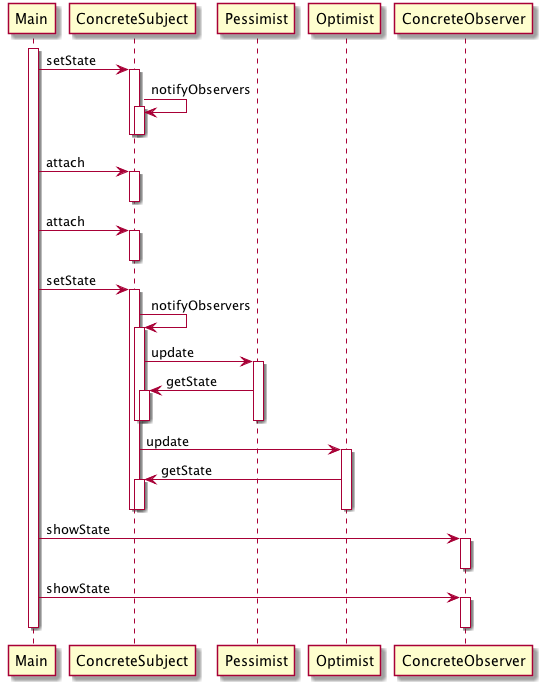
kanghuawu/JavaUML_Parser keeps this PlantUML diagram as java-uml-parser/src/main/resources/uml-sequence-test.png. Above is the earlier version. The source it was exported from:
```plantuml
@startuml
participant Main
activate Main
Main -> ConcreteSubject : setState
activate ConcreteSubject
ConcreteSubject -> ConcreteSubject : notifyObservers
activate ConcreteSubject
deactivate ConcreteSubject
deactivate ConcreteSubject
deactivate ConcreteSubject
deactivate ConcreteSubject
Main -> ConcreteSubject : attach
activate ConcreteSubject
deactivate ConcreteSubject
deactivate ConcreteSubject
Main -> ConcreteSubject : attach
activate ConcreteSubject
deactivate ConcreteSubject
deactivate ConcreteSubject
Main -> ConcreteSubject : setState
activate ConcreteSubject
ConcreteSubject -> ConcreteSubject : notifyObservers
activate ConcreteSubject
ConcreteSubject -> Pessimist : update
activate Pessimist
Pessimist -> ConcreteSubject : getState
activate ConcreteSubject
deactivate ConcreteSubject
deactivate ConcreteSubject
deactivate Pessimist
deactivate Pessimist
ConcreteSubject -> Optimist : update
activate Optimist
Optimist -> ConcreteSubject : getState
activate ConcreteSubject
deactivate ConcreteSubject
deactivate ConcreteSubject
deactivate Optimist
deactivate Optimist
deactivate ConcreteSubject
deactivate ConcreteSubject
deactivate ConcreteSubject
deactivate ConcreteSubject
Main -> ConcreteObserver : showState
activate ConcreteObserver
deactivate ConcreteObserver
deactivate ConcreteObserver
Main -> ConcreteObserver : showState
activate ConcreteObserver
deactivate ConcreteObserver
deactivate ConcreteObserver
deactivate Main
@enduml
```
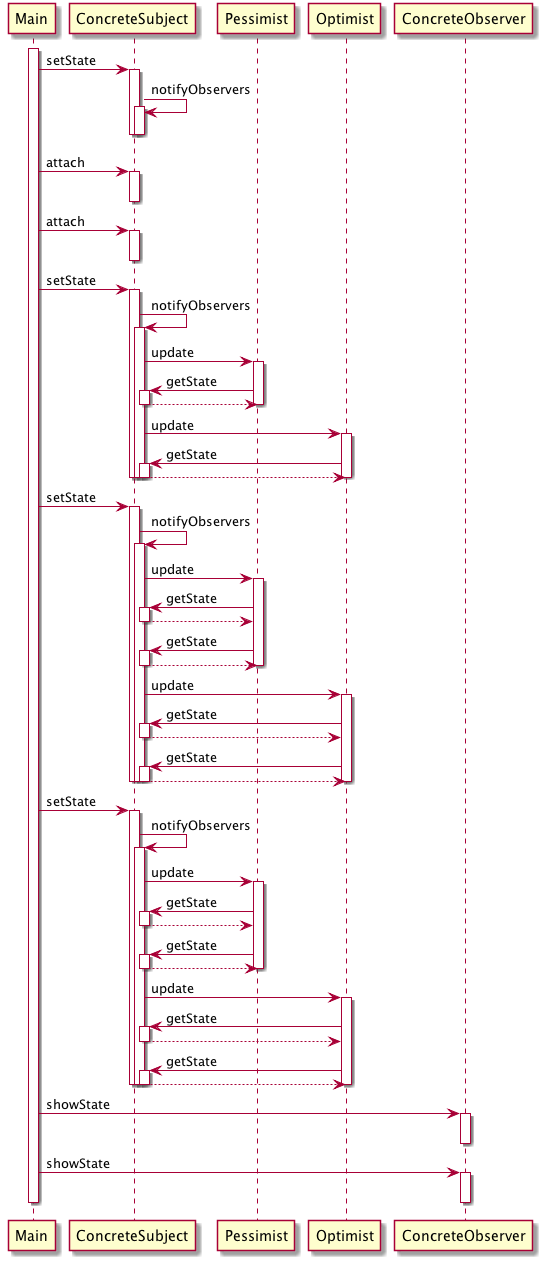
After the commit.

Diff of the diagram source:
```diff
@@ -7,14 +7,30 @@
 activate ConcreteSubject
 deactivate ConcreteSubject
 deactivate ConcreteSubject
-deactivate ConcreteSubject
+Main -> ConcreteSubject : attach
+activate ConcreteSubject
 deactivate ConcreteSubject
 Main -> ConcreteSubject : attach
 activate ConcreteSubject
 deactivate ConcreteSubject
+Main -> ConcreteSubject : setState
+activate ConcreteSubject
+ConcreteSubject -> ConcreteSubject : notifyObservers
+activate ConcreteSubject
+ConcreteSubject -> Pessimist : update
+activate Pessimist
+Pessimist -> ConcreteSubject : getState
+activate ConcreteSubject
+ConcreteSubject --> Pessimist
 deactivate ConcreteSubject
-Main -> ConcreteSubject : attach
+deactivate Pessimist
+ConcreteSubject -> Optimist : update
+activate Optimist
+Optimist -> ConcreteSubject : getState
 activate ConcreteSubject
+ConcreteSubject --> Optimist
+deactivate ConcreteSubject
+deactivate Optimist
 deactivate ConcreteSubject
 deactivate ConcreteSubject
 Main -> ConcreteSubject : setState
@@ -25,29 +41,59 @@
 activate Pessimist
 Pessimist -> ConcreteSubject : getState
 activate ConcreteSubject
+ConcreteSubject --> Pessimist
 deactivate ConcreteSubject
+Pessimist -> ConcreteSubject : getState
+activate ConcreteSubject
+ConcreteSubject --> Pessimist
 deactivate ConcreteSubject
-deactivate Pessimist
 deactivate Pessimist
 ConcreteSubject -> Optimist : update
 activate Optimist
 Optimist -> ConcreteSubject : getState
 activate ConcreteSubject
+ConcreteSubject --> Optimist
 deactivate ConcreteSubject
+Optimist -> ConcreteSubject : getState
+activate ConcreteSubject
+ConcreteSubject --> Optimist
 deactivate ConcreteSubject
-deactivate Optimist
 deactivate Optimist
 deactivate ConcreteSubject
 deactivate ConcreteSubject
+Main -> ConcreteSubject : setState
+activate ConcreteSubject
+ConcreteSubject -> ConcreteSubject : notifyObservers
+activate ConcreteSubject
+ConcreteSubject -> Pessimist : update
+activate Pessimist
+Pessimist -> ConcreteSubject : getState
+activate ConcreteSubject
+ConcreteSubject --> Pessimist
+deactivate ConcreteSubject
+Pessimist -> ConcreteSubject : getState
+activate ConcreteSubject
+ConcreteSubject --> Pessimist
+deactivate ConcreteSubject
+deactivate Pessimist
+ConcreteSubject -> Optimist : update
+activate Optimist
+Optimist -> ConcreteSubject : getState
+activate ConcreteSubject
+ConcreteSubject --> Optimist
+deactivate ConcreteSubject
+Optimist -> ConcreteSubject : getState
+activate ConcreteSubject
+ConcreteSubject --> Optimist
+deactivate ConcreteSubject
+deactivate Optimist
 deactivate ConcreteSubject
 deactivate ConcreteSubject
 Main -> ConcreteObserver : showState
 activate ConcreteObserver
 deactivate ConcreteObserver
-deactivate ConcreteObserver
 Main -> ConcreteObserver : showState
 activate ConcreteObserver
 deactivate ConcreteObserver
-deactivate ConcreteObserver
 deactivate Main
 @enduml
```
